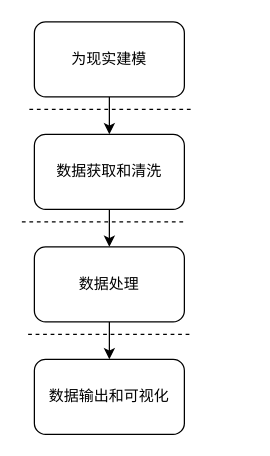
Earlier version of the draw.io diagram 2021092400.drawio (PhysicsZhang/KnowledgeGraph). Source tidied: cells renumbered, new cells numbered last; positions are measured from the earlier drawing's top-left corner, leaving out a move shared by most shapes. Both pictures are drawn from the tidied source at 125%, with x=0, y=0 at pixel (21, 21).
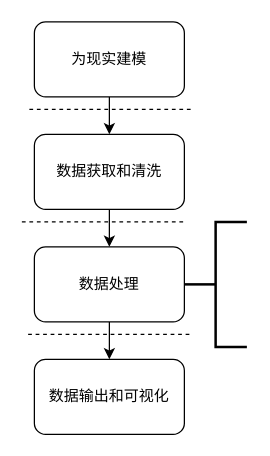
The same page after the edit.

The edit, as a diff of the source:
```diff
@@
 <mxGraphModel>
   <root>
     <mxCell id="0" />
     <mxCell id="1" parent="0" />
     <mxCell id="2" style="edgeStyle=orthogonalEdgeStyle;rounded=0;jettySize=auto;html=1;exitX=0.5;exitY=1;exitDx=0;exitDy=0;entryX=0.5;entryY=0;entryDx=0;entryDy=0;" parent="1" edge="1" source="3" target="5">
       <mxGeometry relative="1" as="geometry" />
     </mxCell>
     <mxCell id="3" value="为现实建模" style="rounded=1;whiteSpace=wrap;html=1;" parent="1" vertex="1">
       <mxGeometry x="10" width="120" height="60" as="geometry" />
     </mxCell>
     <mxCell id="4" style="edgeStyle=orthogonalEdgeStyle;rounded=0;jettySize=auto;html=1;exitX=0.5;exitY=1;exitDx=0;exitDy=0;" parent="1" edge="1" source="5" target="7">
       <mxGeometry relative="1" as="geometry" />
     </mxCell>
     <mxCell id="5" value="数据获取和清洗" style="rounded=1;whiteSpace=wrap;html=1;" parent="1" vertex="1">
       <mxGeometry x="10" y="90" width="120" height="60" as="geometry" />
     </mxCell>
     <mxCell id="6" style="edgeStyle=orthogonalEdgeStyle;rounded=0;jettySize=auto;html=1;exitX=0.5;exitY=1;exitDx=0;exitDy=0;entryX=0.5;entryY=0;entryDx=0;entryDy=0;" parent="1" edge="1" source="7" target="8">
       <mxGeometry relative="1" as="geometry" />
     </mxCell>
     <mxCell id="7" value="数据处理" style="rounded=1;whiteSpace=wrap;html=1;" parent="1" vertex="1">
       <mxGeometry x="10" y="180" width="120" height="60" as="geometry" />
     </mxCell>
     <mxCell id="8" value="数据输出和可视化" style="rounded=1;whiteSpace=wrap;html=1;" parent="1" vertex="1">
       <mxGeometry x="10" y="270" width="120" height="60" as="geometry" />
     </mxCell>
     <mxCell id="9" style="endArrow=none;dashed=1;html=1;" parent="1" edge="1">
       <mxGeometry relative="1" as="geometry">
         <mxPoint x="6" y="70" as="sourcePoint" />
         <mxPoint x="136" y="70" as="targetPoint" />
       </mxGeometry>
     </mxCell>
     <mxCell id="10" style="endArrow=none;dashed=1;html=1;" parent="1" edge="1">
       <mxGeometry relative="1" as="geometry">
         <mxPoint y="160" as="sourcePoint" />
         <mxPoint x="130" y="160" as="targetPoint" />
       </mxGeometry>
     </mxCell>
     <mxCell id="11" style="endArrow=none;dashed=1;html=1;" parent="1" edge="1">
       <mxGeometry relative="1" as="geometry">
         <mxPoint x="5" y="250" as="sourcePoint" />
         <mxPoint x="135" y="250" as="targetPoint" />
       </mxGeometry>
     </mxCell>
+    <mxCell id="12" style="strokeWidth=2;html=1;shape=mxgraph.flowchart.annotation_2;align=left;labelPosition=right;" parent="1" vertex="1">
+      <mxGeometry x="130" y="160" width="50" height="100" as="geometry" />
+    </mxCell>
   </root>
 </mxGraphModel>
```
